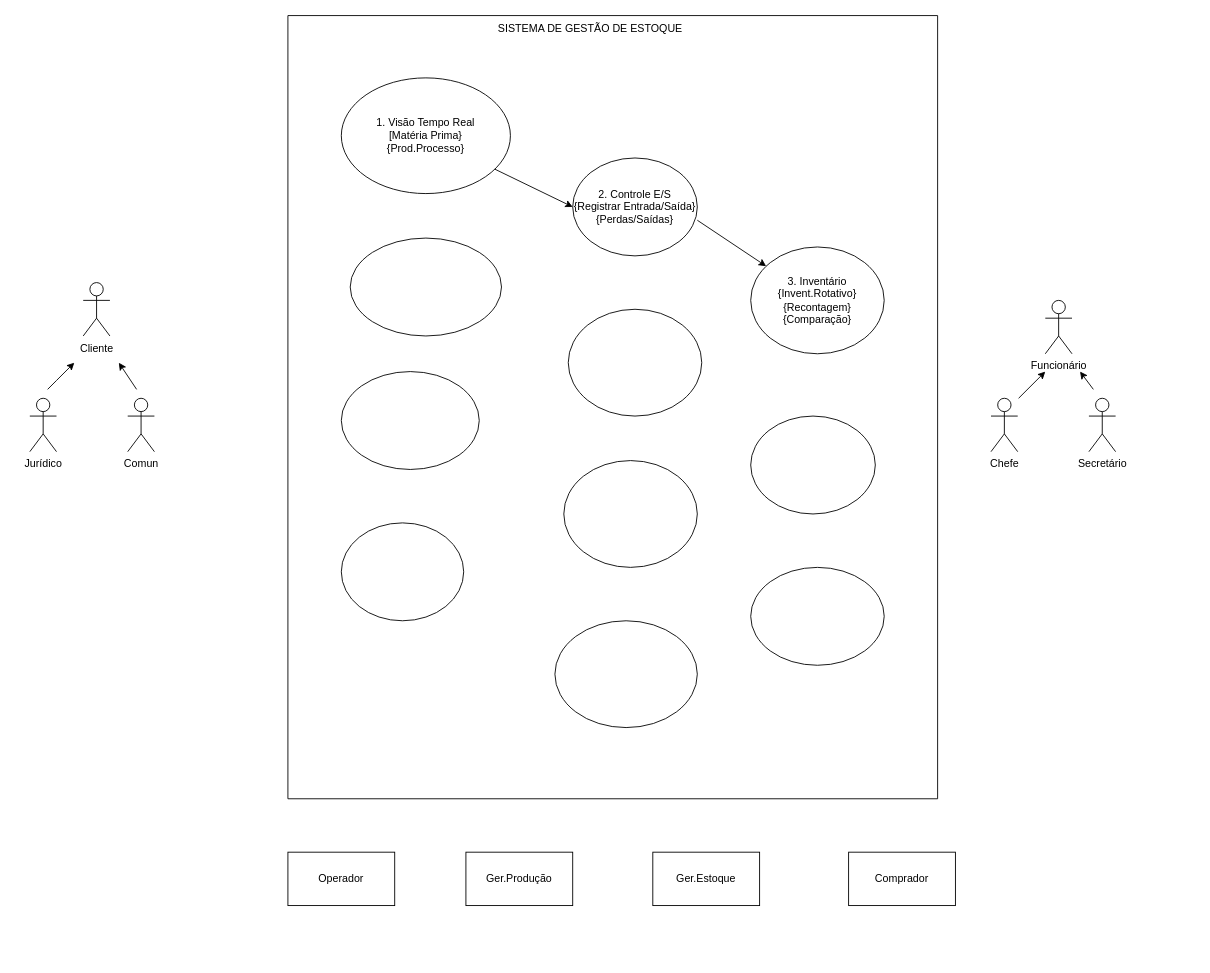
Before: Caso-de-uso.drawio in gman2004-spec/Draw.io, a draw.io diagram. Source tidied: cells renumbered, new cells numbered last; positions are measured from the earlier drawing's top-left corner, leaving out a move shared by most shapes. Both pictures are drawn from the tidied source at 89%, with x=0, y=0 at pixel (29, 15).
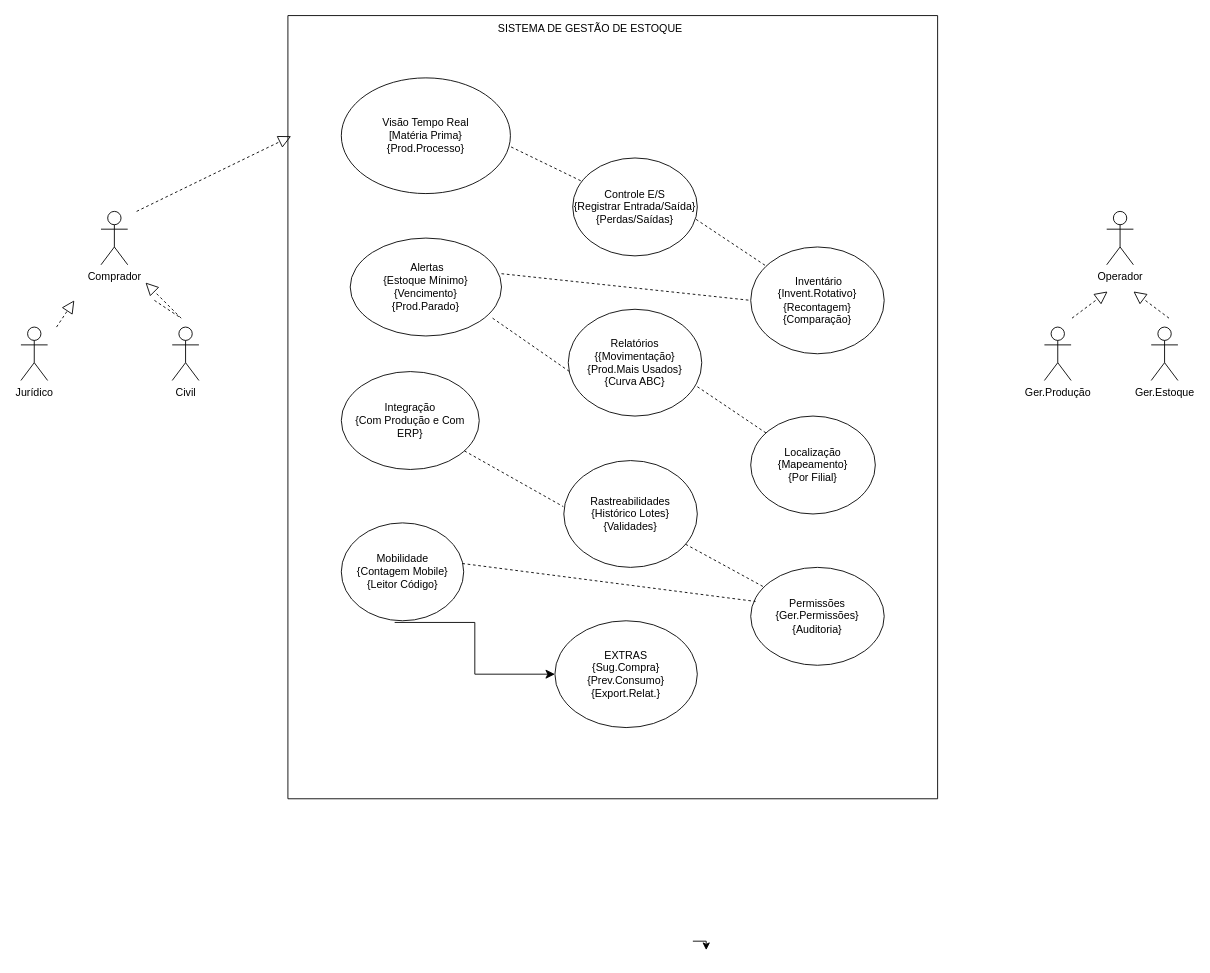
After the change.

The change refers to these unchanged cells:
```xml
<mxCell id="2" style="swimlane;startSize=0;" parent="1" vertex="1">
  <mxGeometry x="290" width="730" height="880" as="geometry" />
</mxCell>
```

Diff of the diagram source:
```diff
@@
-    <mxCell id="3" value="1. Visão Tempo Real&lt;div&gt;[Matéria Prima}&lt;/div&gt;&lt;div&gt;{Prod.Processo}&lt;/div&gt;" style="ellipse;whiteSpace=wrap;html=1;" parent="2" vertex="1">
+    <mxCell id="3" value="Visão Tempo Real&lt;div&gt;[Matéria Prima}&lt;/div&gt;&lt;div&gt;{Prod.Processo}&lt;/div&gt;" style="ellipse;whiteSpace=wrap;html=1;" parent="2" vertex="1">
       <mxGeometry x="60" y="70" width="190" height="130" as="geometry" />
     </mxCell>
@@
-    <mxCell id="5" style="ellipse;whiteSpace=wrap;html=1;" parent="2" vertex="1">
+    <mxCell id="5" value="&amp;nbsp;Alertas&lt;div&gt;{Estoque Mínimo}&lt;/div&gt;&lt;div&gt;{Vencimento}&lt;/div&gt;&lt;div&gt;{Prod.Parado}&lt;/div&gt;" style="ellipse;whiteSpace=wrap;html=1;" parent="2" vertex="1">
       <mxGeometry x="70" y="250" width="170" height="110" as="geometry" />
     </mxCell>
-    <mxCell id="6" value="2. Controle E/S&lt;div&gt;{Registrar Entrada/Saída}&lt;/div&gt;&lt;div&gt;{Perdas/Saídas}&lt;/div&gt;" style="ellipse;whiteSpace=wrap;html=1;" parent="2" vertex="1">
+    <mxCell id="6" value="Controle E/S&lt;div&gt;{Registrar Entrada/Saída}&lt;/div&gt;&lt;div&gt;{Perdas/Saídas}&lt;/div&gt;" style="ellipse;whiteSpace=wrap;html=1;" parent="2" vertex="1">
       <mxGeometry x="320" y="160" width="140" height="110" as="geometry" />
     </mxCell>
-    <mxCell id="7" style="ellipse;whiteSpace=wrap;html=1;" parent="2" vertex="1">
+    <mxCell id="7" value="Integração&lt;div&gt;{Com Produção e Com ERP}&lt;/div&gt;" style="ellipse;whiteSpace=wrap;html=1;" parent="2" vertex="1">
       <mxGeometry x="60" y="400" width="155" height="110" as="geometry" />
     </mxCell>
-    <mxCell id="8" style="ellipse;whiteSpace=wrap;html=1;" parent="2" vertex="1">
+    <mxCell id="8" value="Mobilidade&lt;div&gt;{Contagem Mobile}&lt;/div&gt;&lt;div&gt;{Leitor Código}&lt;/div&gt;" style="ellipse;whiteSpace=wrap;html=1;" parent="2" vertex="1">
       <mxGeometry x="60" y="570" width="137.5" height="110" as="geometry" />
     </mxCell>
-    <mxCell id="9" style="ellipse;whiteSpace=wrap;html=1;" parent="2" vertex="1">
+    <mxCell id="9" value="Relatórios&lt;div&gt;{{Movimentação}&lt;/div&gt;&lt;div&gt;{Prod.Mais Usados}&lt;/div&gt;&lt;div&gt;{Curva ABC}&lt;/div&gt;" style="ellipse;whiteSpace=wrap;html=1;" parent="2" vertex="1">
       <mxGeometry x="315" y="330" width="150" height="120" as="geometry" />
     </mxCell>
-    <mxCell id="10" style="ellipse;whiteSpace=wrap;html=1;" parent="2" vertex="1">
+    <mxCell id="10" value="Rastreabilidades&lt;div&gt;{Histórico Lotes}&lt;/div&gt;&lt;div&gt;{Validades}&lt;/div&gt;" style="ellipse;whiteSpace=wrap;html=1;" parent="2" vertex="1">
       <mxGeometry x="310" y="500" width="150" height="120" as="geometry" />
     </mxCell>
-    <mxCell id="11" style="ellipse;whiteSpace=wrap;html=1;" parent="2" vertex="1">
+    <mxCell id="11" value="EXTRAS&lt;div&gt;{Sug.Compra}&lt;/div&gt;&lt;div&gt;{Prev.Consumo}&lt;/div&gt;&lt;div&gt;{Export.Relat.}&lt;/div&gt;" style="ellipse;whiteSpace=wrap;html=1;" parent="2" vertex="1">
       <mxGeometry x="300" y="680" width="160" height="120" as="geometry" />
     </mxCell>
-    <mxCell id="12" value="3. Inventário&lt;div&gt;{Invent.Rotativo}&lt;/div&gt;&lt;div&gt;{Recontagem}&lt;/div&gt;&lt;div&gt;{Comparação}&lt;/div&gt;" style="ellipse;whiteSpace=wrap;html=1;" parent="2" vertex="1">
+    <mxCell id="12" value="&amp;nbsp;Inventário&lt;div&gt;{Invent.Rotativo}&lt;/div&gt;&lt;div&gt;{Recontagem}&lt;/div&gt;&lt;div&gt;{Comparação}&lt;/div&gt;" style="ellipse;whiteSpace=wrap;html=1;" parent="2" vertex="1">
       <mxGeometry x="520" y="260" width="150" height="120" as="geometry" />
     </mxCell>
-    <mxCell id="13" style="ellipse;whiteSpace=wrap;html=1;" parent="2" vertex="1">
+    <mxCell id="13" value="Localização&lt;div&gt;{Mapeamento}&lt;/div&gt;&lt;div&gt;{Por Filial}&lt;/div&gt;" style="ellipse;whiteSpace=wrap;html=1;" parent="2" vertex="1">
       <mxGeometry x="520" y="450" width="140" height="110" as="geometry" />
     </mxCell>
-    <mxCell id="14" style="ellipse;whiteSpace=wrap;html=1;" parent="2" vertex="1">
+    <mxCell id="14" value="Permissões&lt;div&gt;{Ger.Permissões}&lt;/div&gt;&lt;div&gt;{Auditoria}&lt;/div&gt;" style="ellipse;whiteSpace=wrap;html=1;" parent="2" vertex="1">
       <mxGeometry x="520" y="620" width="150" height="110" as="geometry" />
     </mxCell>
+    <mxCell id="31" style="edgeStyle=elbowEdgeStyle;elbow=horizontal;endArrow=classic;html=1;curved=0;rounded=0;endSize=8;startSize=8;exitX=0.436;exitY=1.017;exitDx=0;exitDy=0;exitPerimeter=0;entryX=0;entryY=0.5;entryDx=0;entryDy=0;" parent="2" edge="1" source="8" target="11">
+      <mxGeometry relative="1" as="geometry" />
+    </mxCell>
-    <mxCell id="15" style="endArrow=classic;html=1;rounded=0;entryX=0;entryY=0.5;entryDx=0;entryDy=0;" parent="2" edge="1" source="3" target="6">
+    <mxCell id="15" style="endArrow=none;dashed=1;html=1;rounded=0;exitX=1.004;exitY=0.597;exitDx=0;exitDy=0;exitPerimeter=0;" parent="2" edge="1" source="3" target="6">
       <mxGeometry relative="1" as="geometry" />
     </mxCell>
-    <mxCell id="16" style="endArrow=classic;html=1;rounded=0;exitX=1;exitY=0.636;exitDx=0;exitDy=0;exitPerimeter=0;" parent="2" edge="1" source="6" target="12">
+    <mxCell id="16" style="endArrow=none;dashed=1;html=1;rounded=0;exitX=0.99;exitY=0.627;exitDx=0;exitDy=0;exitPerimeter=0;" parent="2" edge="1" source="6" target="12">
       <mxGeometry relative="1" as="geometry" />
     </mxCell>
-    <mxCell id="17" value="Cliente" style="shape=umlActor;verticalLabelPosition=bottom;verticalAlign=top;html=1;" parent="1" vertex="1">
-      <mxGeometry x="60" y="300" width="30" height="60" as="geometry" />
-    </mxCell>
+    <mxCell id="32" style="endArrow=none;dashed=1;html=1;rounded=0;entryX=0;entryY=0.5;entryDx=0;entryDy=0;exitX=1;exitY=0.364;exitDx=0;exitDy=0;exitPerimeter=0;" parent="2" edge="1" source="5" target="12">
+      <mxGeometry relative="1" as="geometry" />
+    </mxCell>
+    <mxCell id="33" style="endArrow=none;dashed=1;html=1;rounded=0;exitX=0.941;exitY=0.818;exitDx=0;exitDy=0;exitPerimeter=0;entryX=0.007;entryY=0.581;entryDx=0;entryDy=0;entryPerimeter=0;" parent="2" edge="1" source="5" target="9">
+      <mxGeometry relative="1" as="geometry" />
+    </mxCell>
+    <mxCell id="34" style="endArrow=none;dashed=1;html=1;rounded=0;exitX=0.967;exitY=0.725;exitDx=0;exitDy=0;exitPerimeter=0;" parent="2" edge="1" source="9" target="13">
+      <mxGeometry relative="1" as="geometry" />
+    </mxCell>
+    <mxCell id="35" style="endArrow=none;dashed=1;html=1;rounded=0;" parent="2" edge="1" source="10" target="14">
+      <mxGeometry relative="1" as="geometry" />
+    </mxCell>
+    <mxCell id="36" style="endArrow=none;dashed=1;html=1;rounded=0;entryX=-0.004;entryY=0.431;entryDx=0;entryDy=0;entryPerimeter=0;" parent="2" edge="1" source="7" target="10">
+      <mxGeometry relative="1" as="geometry" />
+    </mxCell>
+    <mxCell id="37" style="endArrow=none;dashed=1;html=1;rounded=0;entryX=0.036;entryY=0.348;entryDx=0;entryDy=0;entryPerimeter=0;exitX=0.989;exitY=0.415;exitDx=0;exitDy=0;exitPerimeter=0;" parent="2" edge="1" source="8" target="14">
+      <mxGeometry relative="1" as="geometry" />
+    </mxCell>
+    <mxCell id="38" style="edgeStyle=orthogonalEdgeStyle;rounded=0;orthogonalLoop=1;jettySize=auto;html=1;exitX=0;exitY=0.3333333333333333;exitDx=0;exitDy=0;exitPerimeter=0;entryX=0.5;entryY=0.5;entryDx=0;entryDy=0;entryPerimeter=0;" parent="1" edge="1">
+      <mxGeometry relative="1" as="geometry">
+        <mxPoint x="745" y="1040" as="sourcePoint" />
+        <mxPoint x="760" y="1050" as="targetPoint" />
+      </mxGeometry>
+    </mxCell>
+    <mxCell id="30" value="Comprador" style="shape=umlActor;verticalLabelPosition=bottom;verticalAlign=top;html=1;" parent="1" vertex="1">
+      <mxGeometry x="80" y="220" width="30" height="60" as="geometry" />
+    </mxCell>
     <mxCell id="18" value="Jurídico" style="shape=umlActor;verticalLabelPosition=bottom;verticalAlign=top;html=1;" parent="1" vertex="1">
-      <mxGeometry y="430" width="30" height="60" as="geometry" />
+      <mxGeometry x="-10" y="350" width="30" height="60" as="geometry" />
     </mxCell>
-    <mxCell id="19" value="Comun" style="shape=umlActor;verticalLabelPosition=bottom;verticalAlign=top;html=1;" parent="1" vertex="1">
-      <mxGeometry x="110" y="430" width="30" height="60" as="geometry" />
-    </mxCell>
-    <mxCell id="20" value="Funcionário" style="shape=umlActor;verticalLabelPosition=bottom;verticalAlign=top;html=1;" parent="1" vertex="1">
-      <mxGeometry x="1141" y="320" width="30" height="60" as="geometry" />
-    </mxCell>
-    <mxCell id="21" value="Chefe" style="shape=umlActor;verticalLabelPosition=bottom;verticalAlign=top;html=1;" parent="1" vertex="1">
-      <mxGeometry x="1080" y="430" width="30" height="60" as="geometry" />
-    </mxCell>
-    <mxCell id="22" value="Secretário" style="shape=umlActor;verticalLabelPosition=bottom;verticalAlign=top;html=1;" parent="1" vertex="1">
-      <mxGeometry x="1190" y="430" width="30" height="60" as="geometry" />
-    </mxCell>
-    <mxCell id="23" style="endArrow=classic;html=1;rounded=0;" parent="1" edge="1">
-      <mxGeometry relative="1" as="geometry">
-        <mxPoint x="20" y="420" as="sourcePoint" />
-        <mxPoint x="50" y="390" as="targetPoint" />
-        <Array as="points">
-          <mxPoint x="30" y="410" />
-        </Array>
-      </mxGeometry>
-    </mxCell>
-    <mxCell id="24" style="endArrow=classic;html=1;rounded=0;" parent="1" edge="1">
-      <mxGeometry relative="1" as="geometry">
-        <mxPoint x="120" y="420" as="sourcePoint" />
-        <mxPoint x="100" y="390" as="targetPoint" />
-      </mxGeometry>
-    </mxCell>
-    <mxCell id="25" style="endArrow=classic;html=1;rounded=0;" parent="1" edge="1">
-      <mxGeometry relative="1" as="geometry">
-        <mxPoint x="1111" y="430" as="sourcePoint" />
-        <mxPoint x="1141" y="400" as="targetPoint" />
-      </mxGeometry>
-    </mxCell>
-    <mxCell id="26" style="endArrow=classic;html=1;rounded=0;" parent="1" edge="1">
-      <mxGeometry relative="1" as="geometry">
-        <mxPoint x="1195" y="420" as="sourcePoint" />
-        <mxPoint x="1180" y="400" as="targetPoint" />
-      </mxGeometry>
-    </mxCell>
+    <mxCell id="39" value="Civil" style="shape=umlActor;verticalLabelPosition=bottom;verticalAlign=top;html=1;" parent="1" vertex="1">
+      <mxGeometry x="160" y="350" width="30" height="60" as="geometry" />
+    </mxCell>
-    <mxCell id="27" value="Operador" style="rounded=0;whiteSpace=wrap;html=1;" parent="1" vertex="1">
-      <mxGeometry x="290" y="940" width="120" height="60" as="geometry" />
+    <mxCell id="27" value="Operador" style="shape=umlActor;verticalLabelPosition=bottom;verticalAlign=top;html=1;" parent="1" vertex="1">
+      <mxGeometry x="1210" y="220" width="30" height="60" as="geometry" />
     </mxCell>
-    <mxCell id="28" value="Ger.Produção" style="rounded=0;whiteSpace=wrap;html=1;" parent="1" vertex="1">
-      <mxGeometry x="490" y="940" width="120" height="60" as="geometry" />
+    <mxCell id="28" value="Ger.Produção" style="shape=umlActor;verticalLabelPosition=bottom;verticalAlign=top;html=1;" parent="1" vertex="1">
+      <mxGeometry x="1140" y="350" width="30" height="60" as="geometry" />
     </mxCell>
-    <mxCell id="29" value="Ger.Estoque" style="rounded=0;whiteSpace=wrap;html=1;" parent="1" vertex="1">
-      <mxGeometry x="700" y="940" width="120" height="60" as="geometry" />
+    <mxCell id="29" value="Ger.Estoque" style="shape=umlActor;verticalLabelPosition=bottom;verticalAlign=top;html=1;" parent="1" vertex="1">
+      <mxGeometry x="1260" y="350" width="30" height="60" as="geometry" />
     </mxCell>
-    <mxCell id="30" value="Comprador" style="rounded=0;whiteSpace=wrap;html=1;" parent="1" vertex="1">
-      <mxGeometry x="920" y="940" width="120" height="60" as="geometry" />
-    </mxCell>
+    <mxCell id="40" style="endArrow=block;dashed=1;endFill=0;endSize=12;html=1;rounded=0;" parent="1" edge="1">
+      <mxGeometry relative="1" as="geometry">
+        <mxPoint x="30" y="350" as="sourcePoint" />
+        <mxPoint x="50" y="320" as="targetPoint" />
+      </mxGeometry>
+    </mxCell>
+    <mxCell id="41" style="endArrow=block;dashed=1;endFill=0;endSize=12;html=1;rounded=0;" parent="1" edge="1">
+      <mxGeometry relative="1" as="geometry">
+        <mxPoint x="140" y="320" as="sourcePoint" />
+        <mxPoint x="130" y="300" as="targetPoint" />
+        <Array as="points">
+          <mxPoint x="170" y="340" />
+          <mxPoint x="150" y="320" />
+        </Array>
+      </mxGeometry>
+    </mxCell>
+    <mxCell id="42" style="endArrow=block;dashed=1;endFill=0;endSize=12;html=1;rounded=0;" parent="1" edge="1">
+      <mxGeometry relative="1" as="geometry">
+        <mxPoint x="1171" y="340" as="sourcePoint" />
+        <mxPoint x="1211" y="310" as="targetPoint" />
+      </mxGeometry>
+    </mxCell>
+    <mxCell id="43" style="endArrow=block;dashed=1;endFill=0;endSize=12;html=1;rounded=0;" parent="1" edge="1">
+      <mxGeometry relative="1" as="geometry">
+        <mxPoint x="1280" y="340" as="sourcePoint" />
+        <mxPoint x="1240" y="310" as="targetPoint" />
+      </mxGeometry>
+    </mxCell>
+    <mxCell id="44" style="endArrow=block;dashed=1;endFill=0;endSize=12;html=1;rounded=0;entryX=0.005;entryY=0.154;entryDx=0;entryDy=0;entryPerimeter=0;" parent="1" edge="1" target="2">
+      <mxGeometry relative="1" as="geometry">
+        <mxPoint x="120" y="220" as="sourcePoint" />
+      </mxGeometry>
+    </mxCell>
```
